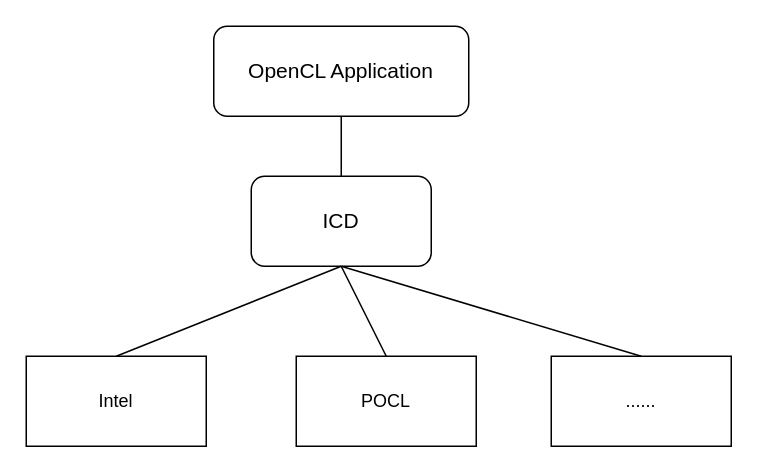
This is pocl-x86/APP_ICD_rel.drawio from dinyy/flow-chart, a draw.io file, before an edit. Source tidied: cells renumbered, new cells numbered last; positions are measured from the earlier drawing's top-left corner, leaving out a move shared by most shapes. Both pictures are drawn from the tidied source at 150%, with x=0, y=0 at pixel (26, 26).
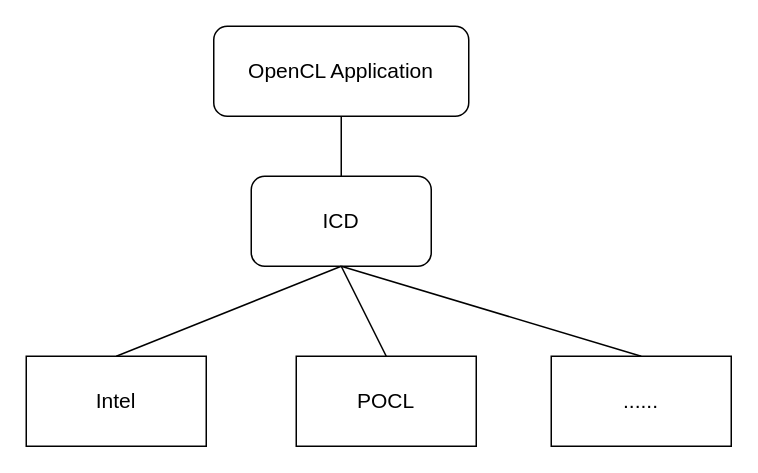
Above is the later version.

Change to the diagram source:
```diff
@@
 <mxGraphModel>
   <root>
     <mxCell id="0" />
     <mxCell id="1" parent="0" />
     <mxCell id="2" value="&lt;span style=&quot;font-size: 14px;&quot;&gt;OpenCL Application&lt;/span&gt;" style="rounded=1;whiteSpace=wrap;html=1;" parent="1" vertex="1">
       <mxGeometry x="125" width="170" height="60" as="geometry" />
     </mxCell>
     <mxCell id="3" value="&lt;font style=&quot;font-size: 14px;&quot;&gt;ICD&lt;/font&gt;" style="rounded=1;whiteSpace=wrap;html=1;" parent="1" vertex="1">
       <mxGeometry x="150" y="100" width="120" height="60" as="geometry" />
     </mxCell>
-    <mxCell id="4" value="Intel" style="rounded=0;whiteSpace=wrap;html=1;" parent="1" vertex="1">
+    <mxCell id="4" value="&lt;font style=&quot;font-size: 14px;&quot;&gt;Intel&lt;/font&gt;" style="rounded=0;whiteSpace=wrap;html=1;" parent="1" vertex="1">
       <mxGeometry y="220" width="120" height="60" as="geometry" />
     </mxCell>
-    <mxCell id="5" value="POCL" style="rounded=0;whiteSpace=wrap;html=1;" parent="1" vertex="1">
+    <mxCell id="5" value="&lt;font style=&quot;font-size: 14px;&quot;&gt;POCL&lt;/font&gt;" style="rounded=0;whiteSpace=wrap;html=1;" parent="1" vertex="1">
       <mxGeometry x="180" y="220" width="120" height="60" as="geometry" />
     </mxCell>
-    <mxCell id="6" value="......" style="rounded=0;whiteSpace=wrap;html=1;" parent="1" vertex="1">
+    <mxCell id="6" value="&lt;font style=&quot;font-size: 14px;&quot;&gt;......&lt;/font&gt;" style="rounded=0;whiteSpace=wrap;html=1;" parent="1" vertex="1">
       <mxGeometry x="350" y="220" width="120" height="60" as="geometry" />
     </mxCell>
     <mxCell id="7" style="endArrow=none;html=1;rounded=0;entryX=0.5;entryY=1;entryDx=0;entryDy=0;" parent="1" edge="1" target="3">
       <mxGeometry relative="1" as="geometry">
         <mxPoint x="60" y="220" as="sourcePoint" />
       </mxGeometry>
     </mxCell>
     <mxCell id="8" style="endArrow=none;html=1;rounded=0;exitX=0.5;exitY=0;exitDx=0;exitDy=0;" parent="1" edge="1" source="5">
       <mxGeometry relative="1" as="geometry">
         <mxPoint x="210" y="160" as="targetPoint" />
       </mxGeometry>
     </mxCell>
     <mxCell id="9" style="endArrow=none;html=1;rounded=0;exitX=0.5;exitY=0;exitDx=0;exitDy=0;" parent="1" edge="1" source="6">
       <mxGeometry relative="1" as="geometry">
         <mxPoint x="210" y="160" as="targetPoint" />
       </mxGeometry>
     </mxCell>
     <mxCell id="10" style="endArrow=none;html=1;rounded=0;entryX=0.5;entryY=1;entryDx=0;entryDy=0;" parent="1" edge="1" source="3" target="2">
       <mxGeometry relative="1" as="geometry" />
     </mxCell>
   </root>
 </mxGraphModel>
```
